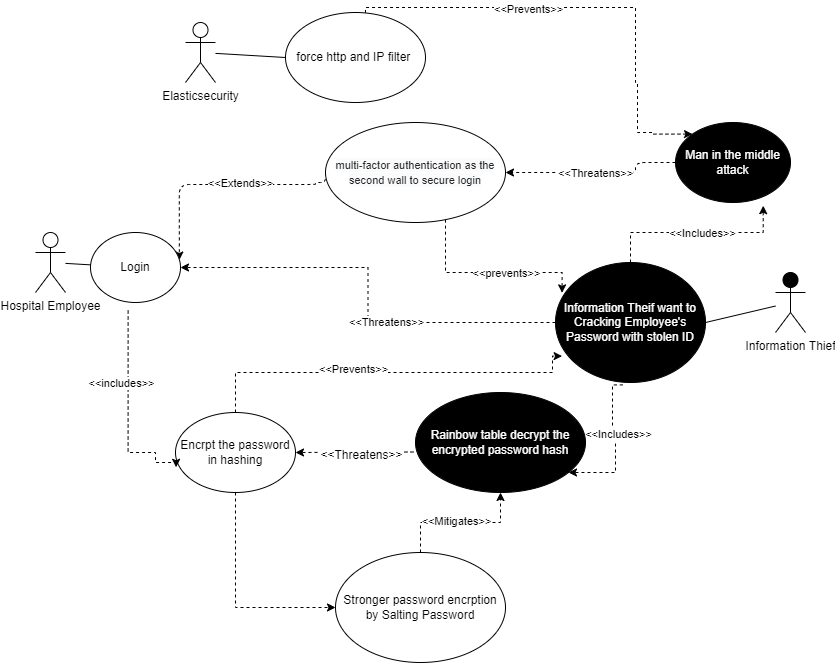
Before: images/authentication_use_case——02.drawio.png, a diagram exported from draw.io (zijunmei/Software_Assurance). Source tidied: cells renumbered, new cells last; positions are measured from the earlier drawing's top-left corner, leaving out a move shared by most shapes.
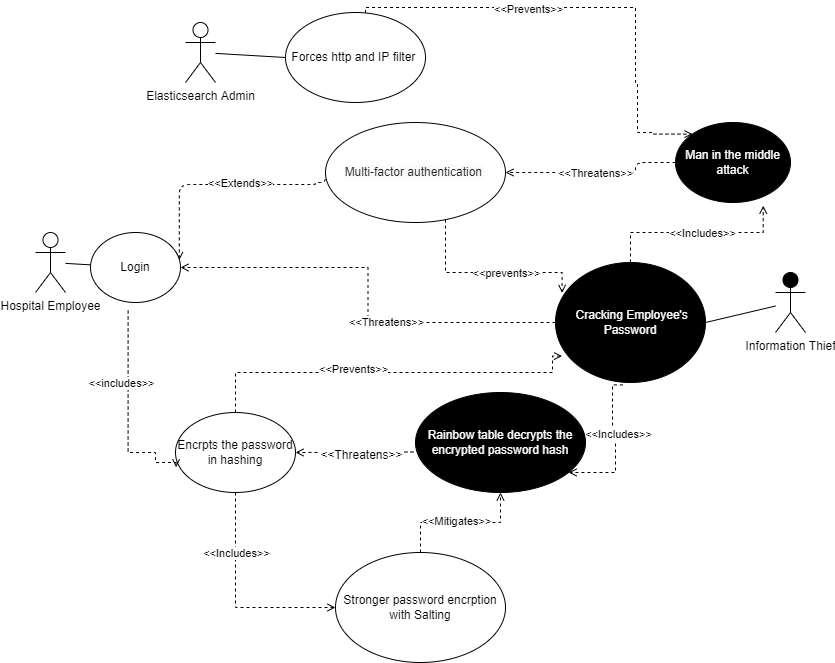
The same file after the commit.

Commit message:
updates user diagrams

Diff of the diagram source:
```diff
@@ -7,10 +7,15 @@
         <mxPoint x="110" y="257" as="targetPoint" />
       </mxGeometry>
     </mxCell>
-    <mxCell id="3" style="edgeStyle=orthogonalEdgeStyle;rounded=0;jettySize=auto;html=1;entryX=0;entryY=0.5;entryDx=0;entryDy=0;dashed=1;exitX=0.5;exitY=1;exitDx=0;exitDy=0;" parent="1" edge="1" source="6" target="36">
+    <mxCell id="3" style="edgeStyle=orthogonalEdgeStyle;rounded=0;jettySize=auto;html=1;entryX=0;entryY=0.5;entryDx=0;entryDy=0;dashed=1;exitX=0.5;exitY=1;exitDx=0;exitDy=0;endArrow=open;endFill=0;" parent="1" edge="1" source="6" target="36">
       <mxGeometry relative="1" as="geometry" />
     </mxCell>
+    <mxCell id="40" value="&amp;lt;&amp;lt;Includes&amp;gt;&amp;gt;" style="edgeLabel;html=1;align=center;verticalAlign=middle;" parent="3" vertex="1">
+      <mxGeometry x="0.37" relative="1" as="geometry">
+        <mxPoint x="-32" y="-55" as="offset" />
+      </mxGeometry>
+    </mxCell>
-    <mxCell id="4" style="edgeStyle=orthogonalEdgeStyle;rounded=0;jettySize=auto;html=1;entryX=0.044;entryY=0.78;entryDx=0;entryDy=0;entryPerimeter=0;dashed=1;" parent="1" edge="1" source="6" target="17">
+    <mxCell id="4" style="edgeStyle=orthogonalEdgeStyle;rounded=0;jettySize=auto;html=1;entryX=0.044;entryY=0.78;entryDx=0;entryDy=0;entryPerimeter=0;dashed=1;endArrow=open;endFill=0;" parent="1" edge="1" source="6" target="17">
       <mxGeometry relative="1" as="geometry">
         <Array as="points">
           <mxPoint x="200" y="365" />
@@ -21,28 +26,28 @@
     <mxCell id="5" value="&amp;lt;&amp;lt;Prevents&amp;gt;&amp;gt;" style="edgeLabel;html=1;align=center;verticalAlign=middle;" parent="4" vertex="1">
       <mxGeometry x="-0.18" y="4" relative="1" as="geometry" />
     </mxCell>
-    <mxCell id="6" value="Encrpt the password in hashing" style="ellipse;whiteSpace=wrap;html=1;" parent="1" vertex="1">
+    <mxCell id="6" value="Encrpts the password in hashing" style="ellipse;whiteSpace=wrap;html=1;" parent="1" vertex="1">
       <mxGeometry x="140" y="405" width="120" height="80" as="geometry" />
     </mxCell>
     <mxCell id="7" value="Information Thief" style="shape=umlActor;verticalLabelPosition=bottom;verticalAlign=top;html=1;outlineConnect=0;fillColor=#000000;" parent="1" vertex="1">
       <mxGeometry x="740" y="265" width="30" height="60" as="geometry" />
     </mxCell>
-    <mxCell id="8" value="Elasticsecurity" style="shape=umlActor;verticalLabelPosition=bottom;verticalAlign=top;html=1;outlineConnect=0;" parent="1" vertex="1">
+    <mxCell id="8" value="Elasticsearch Admin" style="shape=umlActor;verticalLabelPosition=bottom;verticalAlign=top;html=1;outlineConnect=0;" parent="1" vertex="1">
       <mxGeometry x="150" y="15" width="30" height="60" as="geometry" />
     </mxCell>
-    <mxCell id="9" style="edgeStyle=none;rounded=1;sketch=0;jettySize=auto;html=1;entryX=1;entryY=0.5;entryDx=0;entryDy=0;shadow=0;dashed=1;fontSize=12;exitX=-0.012;exitY=0.595;exitDx=0;exitDy=0;exitPerimeter=0;" parent="1" edge="1" source="37" target="6">
+    <mxCell id="9" style="edgeStyle=none;rounded=1;sketch=0;jettySize=auto;html=1;entryX=1;entryY=0.5;entryDx=0;entryDy=0;shadow=0;dashed=1;fontSize=12;exitX=-0.012;exitY=0.595;exitDx=0;exitDy=0;exitPerimeter=0;endArrow=open;endFill=0;" parent="1" edge="1" source="37" target="6">
       <mxGeometry relative="1" as="geometry" />
     </mxCell>
     <mxCell id="10" value="&amp;lt;&amp;lt;Threatens&amp;gt;&amp;gt;" style="edgeLabel;html=1;align=center;verticalAlign=middle;fontSize=12;" parent="9" vertex="1">
       <mxGeometry x="-0.11" y="3" relative="1" as="geometry" />
     </mxCell>
-    <mxCell id="11" style="edgeStyle=orthogonalEdgeStyle;rounded=0;jettySize=auto;html=1;dashed=1;" parent="1" edge="1" source="17" target="32">
+    <mxCell id="11" style="edgeStyle=orthogonalEdgeStyle;rounded=0;jettySize=auto;html=1;dashed=1;endArrow=open;endFill=0;" parent="1" edge="1" source="17" target="32">
       <mxGeometry relative="1" as="geometry" />
     </mxCell>
     <mxCell id="12" value="&amp;lt;&amp;lt;Threatens&amp;gt;&amp;gt;" style="edgeLabel;html=1;align=center;verticalAlign=middle;" parent="11" vertex="1">
       <mxGeometry x="-0.21" y="-1" relative="1" as="geometry" />
     </mxCell>
-    <mxCell id="13" style="edgeStyle=orthogonalEdgeStyle;rounded=0;jettySize=auto;html=1;dashed=1;exitX=0.449;exitY=1.02;exitDx=0;exitDy=0;exitPerimeter=0;" parent="1" edge="1" source="17" target="37">
+    <mxCell id="13" style="edgeStyle=orthogonalEdgeStyle;rounded=0;jettySize=auto;html=1;dashed=1;exitX=0.449;exitY=1.02;exitDx=0;exitDy=0;exitPerimeter=0;endArrow=open;endFill=0;" parent="1" edge="1" source="17" target="37">
       <mxGeometry relative="1" as="geometry">
         <Array as="points">
           <mxPoint x="577" y="425" />
@@ -54,7 +59,7 @@
     <mxCell id="14" value="&amp;lt;&amp;lt;Includes&amp;gt;&amp;gt;" style="edgeLabel;html=1;align=center;verticalAlign=middle;" parent="13" vertex="1">
       <mxGeometry x="-0.17" y="2" relative="1" as="geometry" />
     </mxCell>
-    <mxCell id="15" style="edgeStyle=orthogonalEdgeStyle;rounded=0;jettySize=auto;html=1;entryX=0.763;entryY=1.04;entryDx=0;entryDy=0;entryPerimeter=0;dashed=1;" parent="1" edge="1" source="17" target="23">
+    <mxCell id="15" style="edgeStyle=orthogonalEdgeStyle;rounded=0;jettySize=auto;html=1;entryX=0.763;entryY=1.04;entryDx=0;entryDy=0;entryPerimeter=0;dashed=1;endArrow=open;endFill=0;" parent="1" edge="1" source="17" target="23">
       <mxGeometry relative="1" as="geometry" />
     </mxCell>
     <mxCell id="16" value="&amp;lt;&amp;lt;Includes&amp;gt;&amp;gt;" style="edgeLabel;html=1;align=center;verticalAlign=middle;" parent="15" vertex="1">
@@ -62,10 +67,10 @@
         <mxPoint x="24" y="1" as="offset" />
       </mxGeometry>
     </mxCell>
-    <mxCell id="17" value="Information Theif want to Cracking Employee's Password with stolen ID" style="ellipse;whiteSpace=wrap;html=1;fillColor=#000000;fontColor=#FFFFFF;" parent="1" vertex="1">
+    <mxCell id="17" value="&amp;nbsp;Cracking Employee's Password" style="ellipse;whiteSpace=wrap;html=1;fillColor=#000000;fontColor=#FFFFFF;" parent="1" vertex="1">
       <mxGeometry x="520" y="255" width="150" height="120" as="geometry" />
     </mxCell>
-    <mxCell id="18" style="edgeStyle=orthogonalEdgeStyle;rounded=0;jettySize=auto;html=1;entryX=0;entryY=0;entryDx=0;entryDy=0;dashed=1;" parent="1" edge="1" source="20" target="23">
+    <mxCell id="18" style="edgeStyle=orthogonalEdgeStyle;rounded=0;jettySize=auto;html=1;entryX=0;entryY=0;entryDx=0;entryDy=0;dashed=1;endArrow=open;endFill=0;" parent="1" edge="1" source="20" target="23">
       <mxGeometry relative="1" as="geometry">
         <Array as="points">
           <mxPoint x="330" />
@@ -83,10 +88,10 @@
         <mxPoint x="-63" as="offset" />
       </mxGeometry>
     </mxCell>
-    <mxCell id="20" value="force http and IP filter&amp;nbsp;" style="ellipse;whiteSpace=wrap;html=1;" parent="1" vertex="1">
+    <mxCell id="20" value="Forces http and IP filter&amp;nbsp;" style="ellipse;whiteSpace=wrap;html=1;" parent="1" vertex="1">
       <mxGeometry x="250" y="5" width="140" height="90" as="geometry" />
     </mxCell>
-    <mxCell id="21" style="edgeStyle=orthogonalEdgeStyle;rounded=1;jettySize=auto;html=1;exitX=0;exitY=0.5;exitDx=0;exitDy=0;entryX=1;entryY=0.5;entryDx=0;entryDy=0;sketch=0;shadow=0;dashed=1;" parent="1" edge="1" source="23" target="28">
+    <mxCell id="21" style="edgeStyle=orthogonalEdgeStyle;rounded=1;jettySize=auto;html=1;exitX=0;exitY=0.5;exitDx=0;exitDy=0;entryX=1;entryY=0.5;entryDx=0;entryDy=0;sketch=0;shadow=0;dashed=1;endArrow=open;endFill=0;" parent="1" edge="1" source="23" target="28">
       <mxGeometry relative="1" as="geometry">
         <Array as="points">
           <mxPoint x="600" y="155" />
@@ -100,7 +105,7 @@
     <mxCell id="23" value="Man in the middle attack" style="ellipse;whiteSpace=wrap;html=1;fillColor=#000000;fontColor=#FFFFFF;" parent="1" vertex="1">
       <mxGeometry x="640" y="115" width="115" height="80" as="geometry" />
     </mxCell>
-    <mxCell id="24" style="edgeStyle=orthogonalEdgeStyle;rounded=1;sketch=0;jettySize=auto;html=1;entryX=0.987;entryY=0.394;entryDx=0;entryDy=0;entryPerimeter=0;shadow=0;dashed=1;fontSize=11;exitX=0;exitY=0.5;exitDx=0;exitDy=0;" parent="1" edge="1" source="28" target="32">
+    <mxCell id="24" style="edgeStyle=orthogonalEdgeStyle;rounded=1;sketch=0;jettySize=auto;html=1;entryX=0.987;entryY=0.394;entryDx=0;entryDy=0;entryPerimeter=0;shadow=0;dashed=1;fontSize=11;exitX=0;exitY=0.5;exitDx=0;exitDy=0;endArrow=open;endFill=0;" parent="1" edge="1" source="28" target="32">
       <mxGeometry relative="1" as="geometry">
         <Array as="points">
           <mxPoint x="280" y="175" />
@@ -114,7 +119,7 @@
         <mxPoint x="-24" y="-3" as="offset" />
       </mxGeometry>
     </mxCell>
-    <mxCell id="26" style="edgeStyle=orthogonalEdgeStyle;rounded=0;jettySize=auto;html=1;entryX=0.044;entryY=0.253;entryDx=0;entryDy=0;entryPerimeter=0;dashed=1;" parent="1" edge="1" source="28" target="17">
+    <mxCell id="26" style="edgeStyle=orthogonalEdgeStyle;rounded=0;jettySize=auto;html=1;entryX=0.044;entryY=0.253;entryDx=0;entryDy=0;entryPerimeter=0;dashed=1;endArrow=open;endFill=0;" parent="1" edge="1" source="28" target="17">
       <mxGeometry relative="1" as="geometry">
         <Array as="points">
           <mxPoint x="410" y="265" />
@@ -124,13 +129,13 @@
     <mxCell id="27" value="&amp;lt;&amp;lt;prevents&amp;gt;&amp;gt;" style="edgeLabel;html=1;align=center;verticalAlign=middle;" parent="26" vertex="1">
       <mxGeometry x="0.19" relative="1" as="geometry" />
     </mxCell>
-    <mxCell id="28" value="&lt;span style=&quot;color: rgb(33, 37, 41); font-family: Inter, sans-serif; text-align: left; background-color: rgb(251, 251, 251);&quot;&gt;&lt;font style=&quot;font-size: 11px;&quot;&gt;multi-factor authentication as the second wall to secure login&lt;/font&gt;&lt;/span&gt;" style="ellipse;whiteSpace=wrap;html=1;" parent="1" vertex="1">
+    <mxCell id="28" value="&lt;span style=&quot;color: rgb(33, 37, 41); font-family: Inter, sans-serif; text-align: left; background-color: rgb(251, 251, 251);&quot;&gt;&lt;font style=&quot;font-size: 12px;&quot;&gt;Multi-factor authentication&amp;nbsp;&lt;/font&gt;&lt;/span&gt;" style="ellipse;whiteSpace=wrap;html=1;" parent="1" vertex="1">
       <mxGeometry x="290" y="115" width="180" height="100" as="geometry" />
     </mxCell>
     <mxCell id="29" value="Hospital Employee" style="shape=umlActor;verticalLabelPosition=bottom;verticalAlign=top;html=1;outlineConnect=0;fillColor=#FFFFFF;" parent="1" vertex="1">
       <mxGeometry y="225" width="30" height="60" as="geometry" />
     </mxCell>
-    <mxCell id="30" style="edgeStyle=orthogonalEdgeStyle;rounded=0;jettySize=auto;html=1;dashed=1;exitX=0.418;exitY=1.114;exitDx=0;exitDy=0;exitPerimeter=0;entryX=0.005;entryY=0.685;entryDx=0;entryDy=0;entryPerimeter=0;" parent="1" edge="1" source="32" target="6">
+    <mxCell id="30" style="edgeStyle=orthogonalEdgeStyle;rounded=0;jettySize=auto;html=1;dashed=1;exitX=0.418;exitY=1.114;exitDx=0;exitDy=0;exitPerimeter=0;entryX=0.005;entryY=0.685;entryDx=0;entryDy=0;entryPerimeter=0;endArrow=open;endFill=0;" parent="1" edge="1" source="32" target="6">
       <mxGeometry relative="1" as="geometry">
         <Array as="points">
           <mxPoint x="93" y="445" />
@@ -151,7 +156,7 @@
     <mxCell id="33" style="endArrow=none;html=1;startArrow=none;" parent="1" edge="1" source="29" target="32">
       <mxGeometry relative="1" as="geometry" />
     </mxCell>
-    <mxCell id="34" style="edgeStyle=orthogonalEdgeStyle;rounded=0;jettySize=auto;html=1;entryX=0.5;entryY=1;entryDx=0;entryDy=0;dashed=1;" parent="1" edge="1" source="36" target="37">
+    <mxCell id="34" style="edgeStyle=orthogonalEdgeStyle;rounded=0;jettySize=auto;html=1;entryX=0.5;entryY=1;entryDx=0;entryDy=0;dashed=1;endArrow=open;endFill=0;" parent="1" edge="1" source="36" target="37">
       <mxGeometry relative="1" as="geometry" />
     </mxCell>
     <mxCell id="35" value="&amp;lt;&amp;lt;Mitigates&amp;gt;&amp;gt;" style="edgeLabel;html=1;align=center;verticalAlign=middle;" parent="34" vertex="1">
@@ -159,10 +164,10 @@
         <mxPoint x="-20" as="offset" />
       </mxGeometry>
     </mxCell>
-    <mxCell id="36" value="Stronger password encrption by Salting Password" style="ellipse;whiteSpace=wrap;html=1;" parent="1" vertex="1">
+    <mxCell id="36" value="Stronger password encrption with Salting" style="ellipse;whiteSpace=wrap;html=1;" parent="1" vertex="1">
       <mxGeometry x="300" y="545" width="170" height="110" as="geometry" />
     </mxCell>
-    <mxCell id="37" value="Rainbow table decrypt the encrypted password hash" style="ellipse;whiteSpace=wrap;html=1;fillColor=#000000;fontColor=#FFFFFF;" parent="1" vertex="1">
+    <mxCell id="37" value="Rainbow table decrypts the encrypted password hash" style="ellipse;whiteSpace=wrap;html=1;fillColor=#000000;fontColor=#FFFFFF;" parent="1" vertex="1">
       <mxGeometry x="380" y="385" width="170" height="100" as="geometry" />
     </mxCell>
     <mxCell id="38" style="endArrow=none;html=1;rounded=0;entryX=0;entryY=0.5;entryDx=0;entryDy=0;" parent="1" edge="1" source="8" target="20">
```
